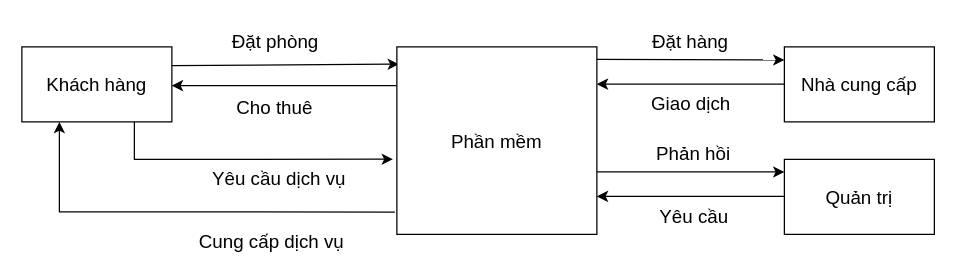
The draw.io diagram Untitled Diagram.drawio in quangminh32/CNPM, before the edit. Source tidied: cells renumbered, new cells numbered last; positions are measured from the earlier drawing's top-left corner, leaving out a move shared by most shapes. Both pictures are drawn from the tidied source at 125%, with x=0, y=0 at pixel (21, 21).
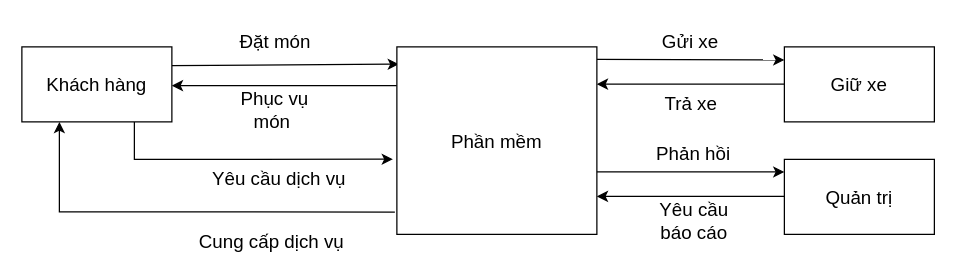
Above is the later version.

Change to the diagram source:
```diff
@@
-    <mxCell id="10" value="&lt;font style=&quot;font-size: 15px;&quot;&gt;Nhà cung cấp&lt;/font&gt;" style="rounded=0;whiteSpace=wrap;html=1;" parent="1" vertex="1">
+    <mxCell id="10" value="&lt;font style=&quot;font-size: 15px;&quot;&gt;Giữ xe&lt;/font&gt;" style="rounded=0;whiteSpace=wrap;html=1;" parent="1" vertex="1">
       <mxGeometry x="610" y="20" width="120" height="60" as="geometry" />
     </mxCell>
@@
-    <mxCell id="12" value="Cho thuê" style="text;html=1;strokeColor=none;fillColor=none;align=center;verticalAlign=middle;whiteSpace=wrap;rounded=0;fontSize=15;" parent="1" vertex="1">
-      <mxGeometry x="170" y="53" width="65" height="30" as="geometry" />
+    <mxCell id="12" value="Phục vụ món&amp;nbsp;" style="text;html=1;strokeColor=none;fillColor=none;align=center;verticalAlign=middle;whiteSpace=wrap;rounded=0;fontSize=15;" parent="1" vertex="1">
+      <mxGeometry x="170" y="55" width="65" height="30" as="geometry" />
     </mxCell>
-    <mxCell id="13" value="Đặt phòng" style="text;html=1;strokeColor=none;fillColor=none;align=center;verticalAlign=middle;whiteSpace=wrap;rounded=0;fontSize=15;" parent="1" vertex="1">
+    <mxCell id="13" value="Đặt món" style="text;html=1;strokeColor=none;fillColor=none;align=center;verticalAlign=middle;whiteSpace=wrap;rounded=0;fontSize=15;" parent="1" vertex="1">
       <mxGeometry x="157.5" width="90" height="30" as="geometry" />
     </mxCell>
@@
-    <mxCell id="18" value="Đặt hàng" style="text;html=1;strokeColor=none;fillColor=none;align=center;verticalAlign=middle;whiteSpace=wrap;rounded=0;fontSize=15;" parent="1" vertex="1">
+    <mxCell id="18" value="Gửi xe" style="text;html=1;strokeColor=none;fillColor=none;align=center;verticalAlign=middle;whiteSpace=wrap;rounded=0;fontSize=15;" parent="1" vertex="1">
       <mxGeometry x="500" width="70" height="30" as="geometry" />
     </mxCell>
-    <mxCell id="19" value="Giao dịch" style="text;html=1;strokeColor=none;fillColor=none;align=center;verticalAlign=middle;whiteSpace=wrap;rounded=0;fontSize=15;" parent="1" vertex="1">
+    <mxCell id="19" value="Trả xe" style="text;html=1;strokeColor=none;fillColor=none;align=center;verticalAlign=middle;whiteSpace=wrap;rounded=0;fontSize=15;" parent="1" vertex="1">
       <mxGeometry x="497.5" y="50" width="75" height="30" as="geometry" />
     </mxCell>
@@
-    <mxCell id="21" value="Yêu cầu" style="text;html=1;strokeColor=none;fillColor=none;align=center;verticalAlign=middle;whiteSpace=wrap;rounded=0;fontSize=15;" parent="1" vertex="1">
-      <mxGeometry x="507.5" y="140" width="60" height="30" as="geometry" />
+    <mxCell id="21" value="Yêu cầu báo cáo" style="text;html=1;strokeColor=none;fillColor=none;align=center;verticalAlign=middle;whiteSpace=wrap;rounded=0;fontSize=15;" parent="1" vertex="1">
+      <mxGeometry x="507.5" y="144" width="60" height="30" as="geometry" />
     </mxCell>
```
